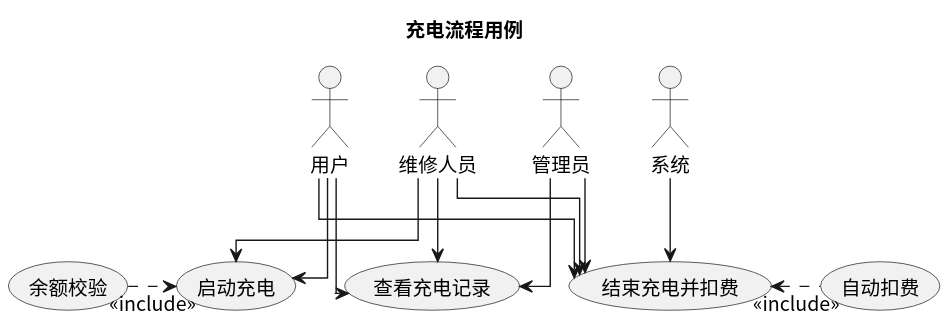
Above: usecase/docs/backend/img/charging_flow.svg in greenhandzdl/charging-station-doc (PlantUML), before the change.
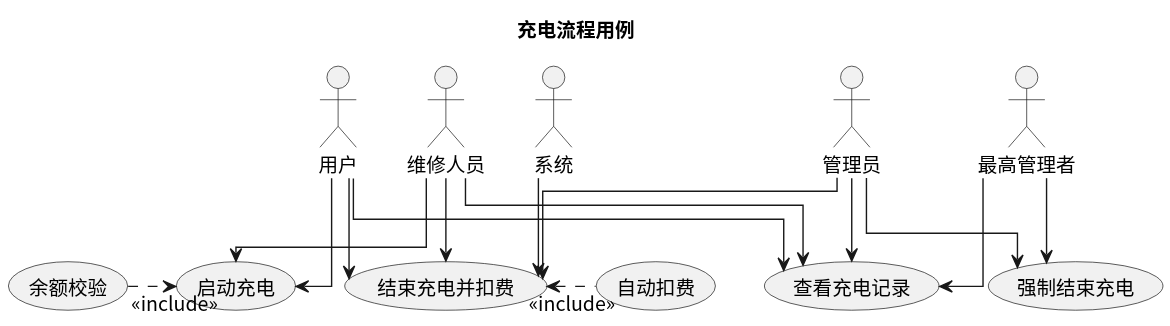
Later version of the same file.

What changed in the source:
```diff
@@ -7,12 +7,14 @@
 actor "用户" as U
 actor "维修人员" as M
 actor "管理员" as A
+actor "最高管理者" as SA
 actor "系统" as S
 
 (启动充电)
 (余额校验)
 (结束充电并扣费)
 (自动扣费)
+(强制结束充电)
 (查看充电记录)
 
 U --> 启动充电
@@ -22,7 +24,10 @@
 M --> 结束充电并扣费
 M --> 查看充电记录
 A --> 结束充电并扣费
+A --> 强制结束充电
 A --> 查看充电记录
+SA --> 强制结束充电
+SA --> 查看充电记录
 S --> 结束充电并扣费
 
 启动充电 <.left. 余额校验 : <<include>>
```
